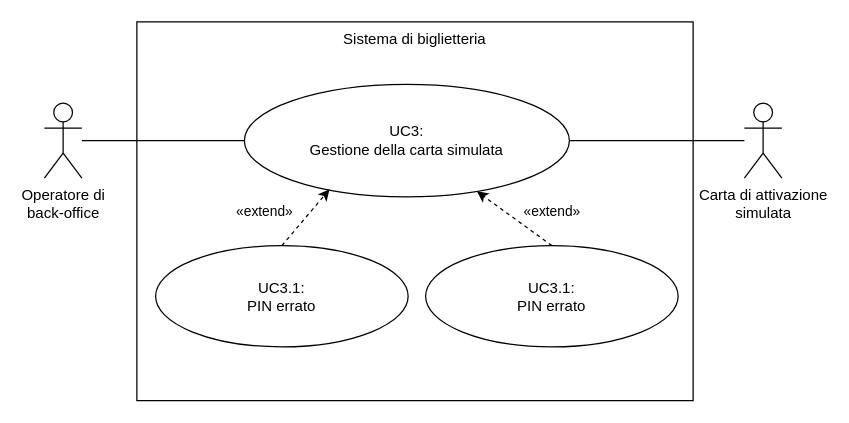
The draw.io diagram page "uc-3" (3 of 15) of img/diagrams/drawer.drawio in Leddosja/thesis-EdisHodja, before the edit. Source tidied: cells renumbered, new cells numbered last; positions are measured from the earlier drawing's top-left corner, leaving out a move shared by most shapes. Both pictures are drawn from the tidied source at 125%, with x=0, y=0 at pixel (44, 21).
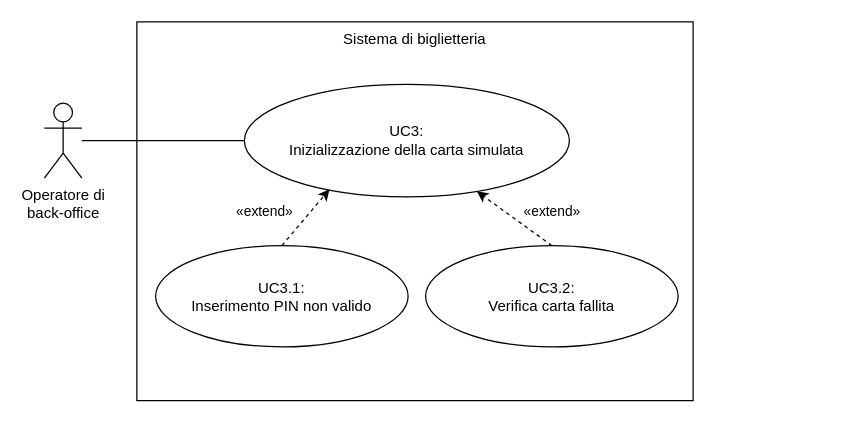
Above is the later version.

Change to the diagram source:
```diff
@@
 <mxGraphModel background="#FFFFFF">
   <root>
     <mxCell id="0" />
     <mxCell id="1" parent="0" />
     <mxCell id="2" value="Sistema di biglietteria" style="rounded=0;whiteSpace=wrap;html=1;fillColor=default;verticalAlign=top;" parent="1" vertex="1">
       <mxGeometry x="74" width="445" height="303" as="geometry" />
     </mxCell>
-    <mxCell id="3" value="UC3:&lt;br&gt;Gestione della carta simulata" style="ellipse;whiteSpace=wrap;html=1;rounded=0;strokeColor=default;align=center;verticalAlign=middle;fontFamily=Helvetica;fontSize=12;fontColor=default;fillColor=default;" parent="1" vertex="1">
+    <mxCell id="3" value="UC3:&lt;br&gt;Inizializzazione della carta simulata" style="ellipse;whiteSpace=wrap;html=1;rounded=0;strokeColor=default;align=center;verticalAlign=middle;fontFamily=Helvetica;fontSize=12;fontColor=default;fillColor=default;" parent="1" vertex="1">
       <mxGeometry x="160" y="50" width="260" height="90" as="geometry" />
     </mxCell>
     <mxCell id="4" style="edgeStyle=none;html=1;entryX=0;entryY=0.5;entryDx=0;entryDy=0;endArrow=none;endFill=0;" parent="1" edge="1" source="5" target="3">
       <mxGeometry relative="1" as="geometry" />
     </mxCell>
     <mxCell id="5" value="Operatore di&lt;br&gt;back-office" style="shape=umlActor;verticalLabelPosition=bottom;verticalAlign=top;html=1;rounded=0;strokeColor=default;align=center;fontFamily=Helvetica;fontSize=12;fontColor=default;fillColor=default;" parent="1" vertex="1">
       <mxGeometry y="65" width="30" height="60" as="geometry" />
     </mxCell>
-    <mxCell id="6" style="edgeStyle=none;html=1;entryX=1;entryY=0.5;entryDx=0;entryDy=0;endArrow=none;endFill=0;verticalAlign=middle;" parent="1" edge="1" source="7">
-      <mxGeometry relative="1" as="geometry">
-        <mxPoint x="420" y="95" as="targetPoint" />
-      </mxGeometry>
-    </mxCell>
-    <mxCell id="7" value="Carta di attivazione&lt;br&gt;simulata" style="shape=umlActor;verticalLabelPosition=bottom;verticalAlign=top;html=1;rounded=0;strokeColor=default;align=center;fontFamily=Helvetica;fontSize=12;fontColor=default;fillColor=default;" parent="1" vertex="1">
-      <mxGeometry x="560" y="65" width="30" height="60" as="geometry" />
-    </mxCell>
-    <mxCell id="8" value="UC3.1:&lt;br&gt;PIN errato" style="ellipse;whiteSpace=wrap;html=1;rounded=0;strokeColor=default;align=center;verticalAlign=middle;fontFamily=Helvetica;fontSize=12;fontColor=default;fillColor=default;" parent="1" vertex="1">
+    <mxCell id="8" value="UC3.1:&lt;br&gt;Inserimento PIN non valido" style="ellipse;whiteSpace=wrap;html=1;rounded=0;strokeColor=default;align=center;verticalAlign=middle;fontFamily=Helvetica;fontSize=12;fontColor=default;fillColor=default;" parent="1" vertex="1">
       <mxGeometry x="89" y="179" width="202" height="81" as="geometry" />
     </mxCell>
-    <mxCell id="9" value="UC3.1:&lt;br&gt;PIN errato" style="ellipse;whiteSpace=wrap;html=1;rounded=0;strokeColor=default;align=center;verticalAlign=middle;fontFamily=Helvetica;fontSize=12;fontColor=default;fillColor=default;" parent="1" vertex="1">
+    <mxCell id="9" value="UC3.2:&lt;br&gt;Verifica carta fallita" style="ellipse;whiteSpace=wrap;html=1;rounded=0;strokeColor=default;align=center;verticalAlign=middle;fontFamily=Helvetica;fontSize=12;fontColor=default;fillColor=default;" parent="1" vertex="1">
       <mxGeometry x="305" y="179" width="202" height="81" as="geometry" />
     </mxCell>
     <mxCell id="10" style="edgeStyle=none;html=1;dashed=1;entryX=0.262;entryY=0.933;entryDx=0;entryDy=0;exitX=0.5;exitY=0;exitDx=0;exitDy=0;entryPerimeter=0;" parent="1" edge="1" source="8" target="3">
       <mxGeometry relative="1" as="geometry" />
     </mxCell>
     <mxCell id="11" value="&lt;span style=&quot;color: rgb(0, 0, 0);&quot;&gt;«extend»&lt;/span&gt;" style="edgeLabel;html=1;align=center;verticalAlign=middle;" parent="10" vertex="1">
       <mxGeometry x="-0.18" y="-2" relative="1" as="geometry">
         <mxPoint x="-32" y="-10" as="offset" />
       </mxGeometry>
     </mxCell>
     <mxCell id="12" style="edgeStyle=none;html=1;dashed=1;exitX=0.5;exitY=0;exitDx=0;exitDy=0;" parent="1" edge="1" source="9" target="3">
       <mxGeometry relative="1" as="geometry" />
     </mxCell>
     <mxCell id="13" value="&lt;span style=&quot;color: rgb(0, 0, 0);&quot;&gt;«extend»&lt;/span&gt;" style="edgeLabel;html=1;align=center;verticalAlign=middle;" parent="12" vertex="1">
       <mxGeometry x="-0.18" y="-2" relative="1" as="geometry">
         <mxPoint x="23" y="-8" as="offset" />
       </mxGeometry>
     </mxCell>
   </root>
 </mxGraphModel>
```
